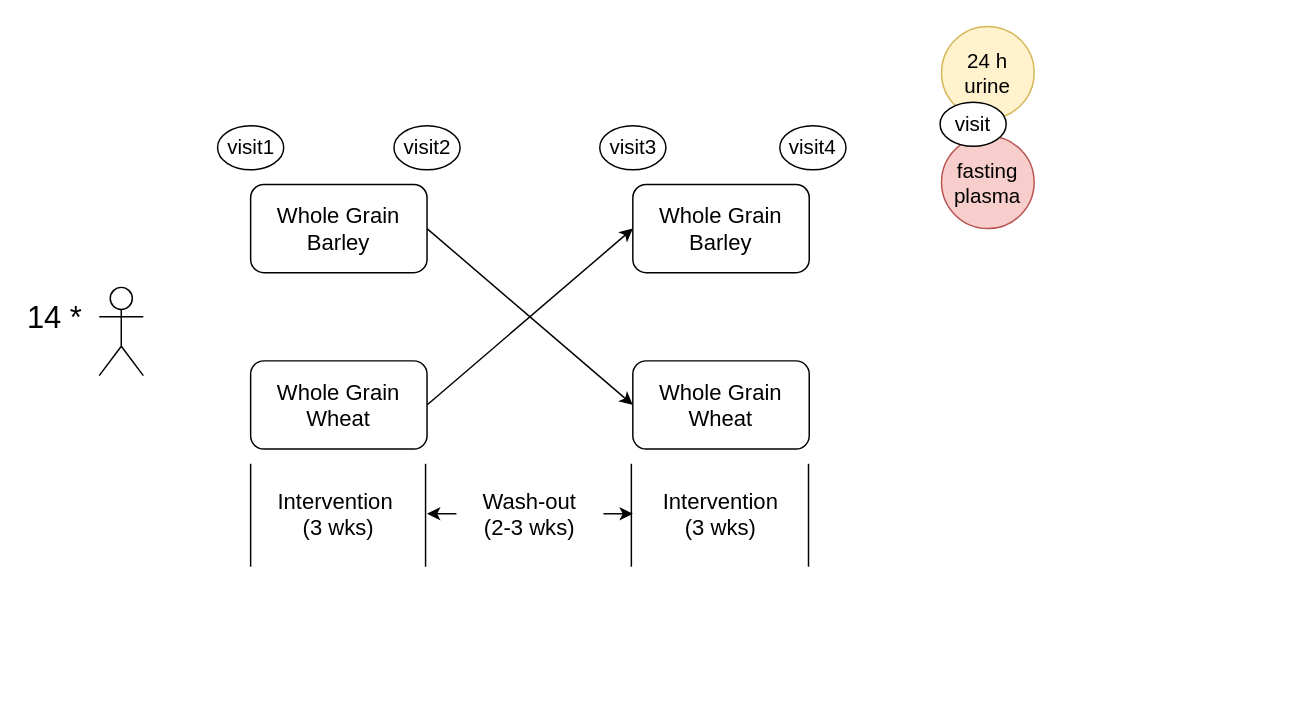
Earlier version of the draw.io diagram figure/study_design.drawio (tuhulab/bfi-wholegrain). Source tidied: cells renumbered, new cells numbered last; positions are measured from the earlier drawing's top-left corner, leaving out a move shared by most shapes. Both pictures are drawn from the tidied source at 147%, with x=0, y=0 at pixel (25, 25).
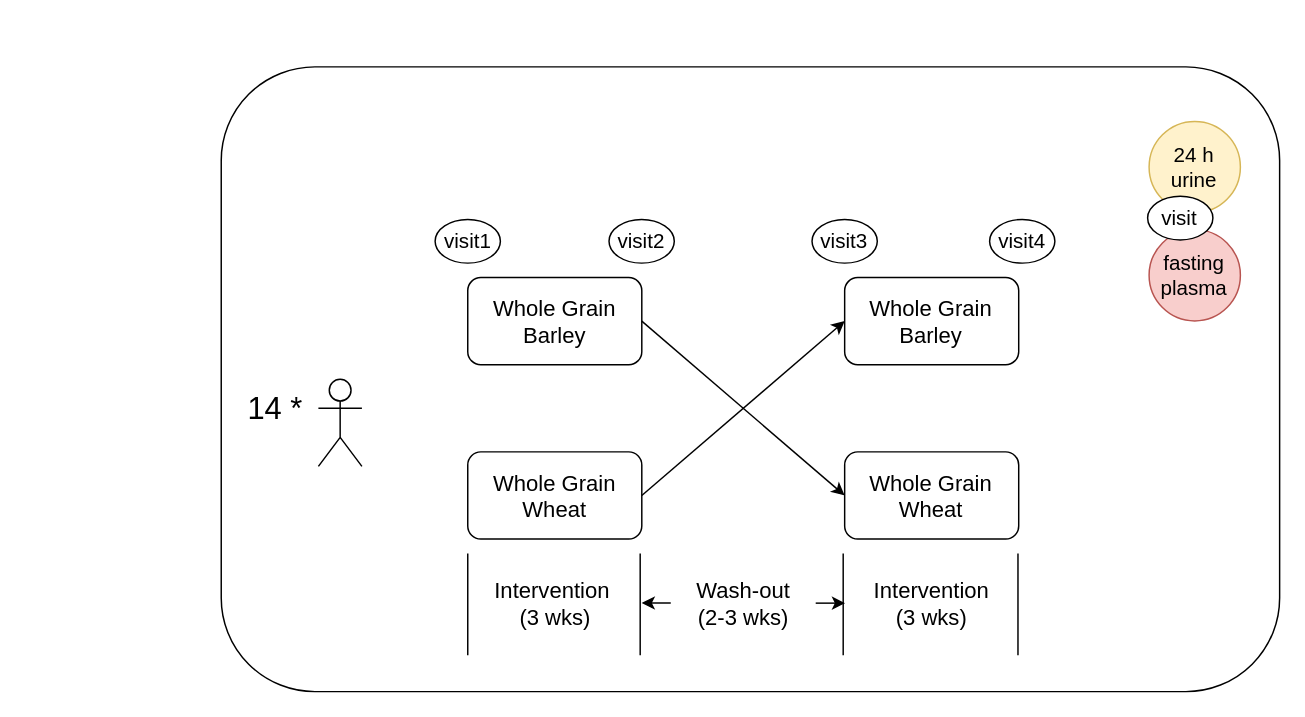
The same page after the edit.

Diff of the diagram source:
```diff
@@
+    <mxCell id="26" style="group;" parent="1" vertex="1">
+      <mxGeometry x="133" y="28" width="720" height="425" as="geometry" />
+    </mxCell>
+    <mxCell id="27" style="group;" parent="26" vertex="1">
+      <mxGeometry width="720" height="425" as="geometry" />
+    </mxCell>
-    <mxCell id="2" value="&lt;font style=&quot;font-size: 15px;&quot;&gt;Whole Grain Barley&lt;/font&gt;" style="rounded=1;whiteSpace=wrap;html=1;fontSize=15;" parent="1" vertex="1">
-      <mxGeometry x="153" y="108" width="120" height="60" as="geometry" />
+    <mxCell id="2" value="&lt;font style=&quot;font-size: 15px;&quot;&gt;Whole Grain Barley&lt;/font&gt;" style="rounded=1;whiteSpace=wrap;html=1;fontSize=15;" parent="27" vertex="1">
+      <mxGeometry x="167.7" y="143.3" width="118.4" height="59.3" as="geometry" />
     </mxCell>
-    <mxCell id="3" value="&lt;font style=&quot;font-size: 15px;&quot;&gt;Whole Grain Barley&lt;/font&gt;" style="rounded=1;whiteSpace=wrap;html=1;fontSize=15;" parent="1" vertex="1">
-      <mxGeometry x="413" y="108" width="120" height="60" as="geometry" />
+    <mxCell id="3" value="&lt;font style=&quot;font-size: 15px;&quot;&gt;Whole Grain Barley&lt;/font&gt;" style="rounded=1;whiteSpace=wrap;html=1;fontSize=15;" parent="27" vertex="1">
+      <mxGeometry x="424.1" y="143.3" width="118.4" height="59.3" as="geometry" />
     </mxCell>
-    <mxCell id="4" value="&lt;font style=&quot;font-size: 15px;&quot;&gt;Whole Grain Wheat&lt;/font&gt;" style="rounded=1;whiteSpace=wrap;html=1;fontSize=15;" parent="1" vertex="1">
-      <mxGeometry x="153" y="228" width="120" height="60" as="geometry" />
+    <mxCell id="4" value="&lt;font style=&quot;font-size: 15px;&quot;&gt;Whole Grain Wheat&lt;/font&gt;" style="rounded=1;whiteSpace=wrap;html=1;fontSize=15;" parent="27" vertex="1">
+      <mxGeometry x="167.7" y="261.9" width="118.4" height="59.3" as="geometry" />
     </mxCell>
-    <mxCell id="5" value="&lt;font style=&quot;font-size: 15px;&quot;&gt;Whole Grain Wheat&lt;/font&gt;" style="rounded=1;whiteSpace=wrap;html=1;fontSize=15;" parent="1" vertex="1">
-      <mxGeometry x="413" y="228" width="120" height="60" as="geometry" />
+    <mxCell id="5" value="&lt;font style=&quot;font-size: 15px;&quot;&gt;Whole Grain Wheat&lt;/font&gt;" style="rounded=1;whiteSpace=wrap;html=1;fontSize=15;" parent="27" vertex="1">
+      <mxGeometry x="424.1" y="261.9" width="118.4" height="59.3" as="geometry" />
     </mxCell>
-    <mxCell id="6" style="endArrow=classic;html=1;exitX=1;exitY=0.5;exitDx=0;exitDy=0;entryX=0;entryY=0.5;entryDx=0;entryDy=0;fontSize=15;" parent="1" edge="1" source="2" target="5">
+    <mxCell id="6" style="endArrow=classic;html=1;exitX=1;exitY=0.5;exitDx=0;exitDy=0;entryX=0;entryY=0.5;entryDx=0;entryDy=0;fontSize=15;" parent="27" edge="1" source="2" target="5">
       <mxGeometry relative="1" as="geometry" />
     </mxCell>
-    <mxCell id="7" style="endArrow=classic;html=1;exitX=1;exitY=0.5;exitDx=0;exitDy=0;entryX=0;entryY=0.5;entryDx=0;entryDy=0;fontSize=15;" parent="1" edge="1" source="4" target="3">
+    <mxCell id="7" style="endArrow=classic;html=1;exitX=1;exitY=0.5;exitDx=0;exitDy=0;entryX=0;entryY=0.5;entryDx=0;entryDy=0;fontSize=15;" parent="27" edge="1" source="4" target="3">
       <mxGeometry relative="1" as="geometry" />
     </mxCell>
-    <mxCell id="8" style="edgeStyle=orthogonalEdgeStyle;rounded=0;jettySize=auto;html=1;fontSize=15;" parent="1" edge="1" source="9">
+    <mxCell id="8" style="edgeStyle=orthogonalEdgeStyle;rounded=0;jettySize=auto;html=1;fontSize=15;" parent="27" edge="1" source="9">
       <mxGeometry relative="1" as="geometry">
-        <mxPoint x="413" y="332" as="targetPoint" />
+        <mxPoint x="424.1" y="364.7" as="targetPoint" />
       </mxGeometry>
     </mxCell>
-    <mxCell id="9" value="&lt;font style=&quot;font-size: 15px;&quot;&gt;Wash-out&lt;br style=&quot;font-size: 15px;&quot;&gt;(2-3 wks)&lt;br style=&quot;font-size: 15px;&quot;&gt;&lt;/font&gt;" style="text;html=1;strokeColor=none;fillColor=none;align=center;verticalAlign=middle;whiteSpace=wrap;rounded=0;fontSize=15;" parent="1" vertex="1">
-      <mxGeometry x="293" y="327" width="100" height="10" as="geometry" />
+    <mxCell id="9" value="&lt;font style=&quot;font-size: 15px;&quot;&gt;Wash-out&lt;br style=&quot;font-size: 15px;&quot;&gt;(2-3 wks)&lt;br style=&quot;font-size: 15px;&quot;&gt;&lt;/font&gt;" style="text;html=1;strokeColor=none;fillColor=none;align=center;verticalAlign=middle;whiteSpace=wrap;rounded=0;fontSize=15;" parent="27" vertex="1">
+      <mxGeometry x="305.8" y="359.8" width="98.6" height="9.9" as="geometry" />
     </mxCell>
-    <mxCell id="10" style="endArrow=none;html=1;fontSize=15;" parent="1" edge="1">
+    <mxCell id="10" style="endArrow=none;html=1;fontSize=15;" parent="27" edge="1">
       <mxGeometry relative="1" as="geometry">
-        <mxPoint x="272" y="368" as="sourcePoint" />
-        <mxPoint x="272" y="298" as="targetPoint" />
+        <mxPoint x="285" y="400.3" as="sourcePoint" />
+        <mxPoint x="285" y="331.1" as="targetPoint" />
       </mxGeometry>
     </mxCell>
-    <mxCell id="11" style="endArrow=none;html=1;fontSize=15;" parent="1" edge="1">
+    <mxCell id="11" style="endArrow=none;html=1;fontSize=15;" parent="27" edge="1">
       <mxGeometry relative="1" as="geometry">
-        <mxPoint x="412" y="368" as="sourcePoint" />
-        <mxPoint x="412" y="298" as="targetPoint" />
+        <mxPoint x="423.1" y="400.3" as="sourcePoint" />
+        <mxPoint x="423.1" y="331.1" as="targetPoint" />
       </mxGeometry>
     </mxCell>
-    <mxCell id="12" style="endArrow=none;html=1;fontSize=15;" parent="1" edge="1">
+    <mxCell id="12" style="endArrow=none;html=1;fontSize=15;" parent="27" edge="1">
       <mxGeometry relative="1" as="geometry">
-        <mxPoint x="153" y="368" as="sourcePoint" />
-        <mxPoint x="153" y="298" as="targetPoint" />
+        <mxPoint x="167.7" y="400.3" as="sourcePoint" />
+        <mxPoint x="167.7" y="331.1" as="targetPoint" />
       </mxGeometry>
     </mxCell>
-    <mxCell id="13" style="endArrow=none;html=1;fontSize=15;" parent="1" edge="1">
+    <mxCell id="13" style="endArrow=none;html=1;fontSize=15;" parent="27" edge="1">
       <mxGeometry relative="1" as="geometry">
-        <mxPoint x="532.5" y="368" as="sourcePoint" />
-        <mxPoint x="532.5" y="298" as="targetPoint" />
+        <mxPoint x="542" y="400.3" as="sourcePoint" />
+        <mxPoint x="542" y="331.1" as="targetPoint" />
       </mxGeometry>
     </mxCell>
-    <mxCell id="14" style="endArrow=classic;html=1;fontSize=15;" parent="1" edge="1" source="9">
+    <mxCell id="14" style="endArrow=classic;html=1;fontSize=15;" parent="27" edge="1" source="9">
       <mxGeometry relative="1" as="geometry">
-        <mxPoint x="273" y="332" as="targetPoint" />
+        <mxPoint x="286" y="364.7" as="targetPoint" />
       </mxGeometry>
     </mxCell>
-    <mxCell id="15" value="&lt;font style=&quot;font-size: 15px;&quot;&gt;Intervention&amp;nbsp;&lt;br style=&quot;font-size: 15px;&quot;&gt;(3 wks)&lt;br style=&quot;font-size: 15px;&quot;&gt;&lt;/font&gt;" style="text;html=1;strokeColor=none;fillColor=none;align=center;verticalAlign=middle;whiteSpace=wrap;rounded=0;fontSize=15;" parent="1" vertex="1">
-      <mxGeometry x="163" y="327" width="100" height="10" as="geometry" />
+    <mxCell id="15" value="&lt;font style=&quot;font-size: 15px;&quot;&gt;Intervention&amp;nbsp;&lt;br style=&quot;font-size: 15px;&quot;&gt;(3 wks)&lt;br style=&quot;font-size: 15px;&quot;&gt;&lt;/font&gt;" style="text;html=1;strokeColor=none;fillColor=none;align=center;verticalAlign=middle;whiteSpace=wrap;rounded=0;fontSize=15;" parent="27" vertex="1">
+      <mxGeometry x="177.5" y="359.8" width="98.6" height="9.9" as="geometry" />
     </mxCell>
-    <mxCell id="16" value="&lt;font style=&quot;font-size: 15px;&quot;&gt;Intervention&lt;br style=&quot;font-size: 15px;&quot;&gt;(3 wks)&lt;br style=&quot;font-size: 15px;&quot;&gt;&lt;/font&gt;" style="text;html=1;strokeColor=none;fillColor=none;align=center;verticalAlign=middle;whiteSpace=wrap;rounded=0;fontSize=15;" parent="1" vertex="1">
-      <mxGeometry x="423" y="327" width="100" height="10" as="geometry" />
+    <mxCell id="16" value="&lt;font style=&quot;font-size: 15px;&quot;&gt;Intervention&lt;br style=&quot;font-size: 15px;&quot;&gt;(3 wks)&lt;br style=&quot;font-size: 15px;&quot;&gt;&lt;/font&gt;" style="text;html=1;strokeColor=none;fillColor=none;align=center;verticalAlign=middle;whiteSpace=wrap;rounded=0;fontSize=15;" parent="27" vertex="1">
+      <mxGeometry x="434" y="359.8" width="98.6" height="9.9" as="geometry" />
     </mxCell>
-    <mxCell id="17" style="shape=umlActor;verticalLabelPosition=bottom;labelBackgroundColor=#ffffff;verticalAlign=top;html=1;" parent="1" vertex="1">
-      <mxGeometry x="50" y="178" width="30" height="60" as="geometry" />
+    <mxCell id="17" style="shape=umlActor;verticalLabelPosition=bottom;labelBackgroundColor=#ffffff;verticalAlign=top;html=1;" parent="27" vertex="1">
+      <mxGeometry x="66.1" y="212.5" width="29.6" height="59.3" as="geometry" />
     </mxCell>
-    <mxCell id="18" value="14 *" style="text;html=1;strokeColor=none;fillColor=none;align=center;verticalAlign=middle;whiteSpace=wrap;rounded=0;fontSize=21;" parent="1" vertex="1">
-      <mxGeometry y="188" width="40" height="20" as="geometry" />
+    <mxCell id="18" value="14 *" style="text;html=1;strokeColor=none;fillColor=none;align=center;verticalAlign=middle;whiteSpace=wrap;rounded=0;fontSize=21;" parent="27" vertex="1">
+      <mxGeometry x="16.8" y="222.4" width="39.5" height="19.8" as="geometry" />
     </mxCell>
-    <mxCell id="19" value="visit1" style="ellipse;whiteSpace=wrap;html=1;fontSize=14;" parent="1" vertex="1">
-      <mxGeometry x="130.5" y="68" width="45" height="30" as="geometry" />
+    <mxCell id="19" value="visit1" style="ellipse;whiteSpace=wrap;html=1;fontSize=14;" parent="27" vertex="1">
+      <mxGeometry x="145.5" y="103.8" width="44.4" height="29.7" as="geometry" />
     </mxCell>
-    <mxCell id="20" value="visit2" style="ellipse;whiteSpace=wrap;html=1;fontSize=14;" parent="1" vertex="1">
-      <mxGeometry x="250.5" y="68" width="45" height="30" as="geometry" />
+    <mxCell id="20" value="visit2" style="ellipse;whiteSpace=wrap;html=1;fontSize=14;" parent="27" vertex="1">
+      <mxGeometry x="263.8" y="103.8" width="44.4" height="29.7" as="geometry" />
     </mxCell>
-    <mxCell id="21" value="visit3" style="ellipse;whiteSpace=wrap;html=1;fontSize=14;" parent="1" vertex="1">
-      <mxGeometry x="390.5" y="68" width="45" height="30" as="geometry" />
+    <mxCell id="21" value="visit3" style="ellipse;whiteSpace=wrap;html=1;fontSize=14;" parent="27" vertex="1">
+      <mxGeometry x="401.9" y="103.8" width="44.4" height="29.7" as="geometry" />
     </mxCell>
-    <mxCell id="22" value="visit4" style="ellipse;whiteSpace=wrap;html=1;fontSize=14;" parent="1" vertex="1">
-      <mxGeometry x="513" y="68" width="45" height="30" as="geometry" />
+    <mxCell id="22" value="visit4" style="ellipse;whiteSpace=wrap;html=1;fontSize=14;" parent="27" vertex="1">
+      <mxGeometry x="522.7" y="103.8" width="44.4" height="29.7" as="geometry" />
     </mxCell>
-    <mxCell id="23" value="24 h&lt;br&gt;urine&lt;br&gt;" style="ellipse;whiteSpace=wrap;html=1;fontSize=14;fillColor=#fff2cc;strokeColor=#d6b656;" parent="1" vertex="1">
-      <mxGeometry x="623" y="0.5" width="63" height="63" as="geometry" />
+    <mxCell id="23" value="24 h&lt;br&gt;urine&lt;br&gt;" style="ellipse;whiteSpace=wrap;html=1;fontSize=14;fillColor=#fff2cc;strokeColor=#d6b656;" parent="27" vertex="1">
+      <mxGeometry x="631.2" y="37.1" width="62.1" height="62.1" as="geometry" />
     </mxCell>
-    <mxCell id="24" value="fasting&lt;br&gt;plasma&lt;br&gt;" style="ellipse;whiteSpace=wrap;html=1;fontSize=14;fillColor=#f8cecc;strokeColor=#b85450;" parent="1" vertex="1">
-      <mxGeometry x="623" y="75" width="63" height="63" as="geometry" />
+    <mxCell id="24" value="fasting&lt;br&gt;plasma&lt;br&gt;" style="ellipse;whiteSpace=wrap;html=1;fontSize=14;fillColor=#f8cecc;strokeColor=#b85450;" parent="27" vertex="1">
+      <mxGeometry x="631.2" y="110.7" width="62.1" height="62.1" as="geometry" />
     </mxCell>
-    <mxCell id="25" value="visit" style="ellipse;whiteSpace=wrap;html=1;fontSize=14;" parent="1" vertex="1">
-      <mxGeometry x="622" y="52" width="45" height="30" as="geometry" />
+    <mxCell id="25" value="visit" style="ellipse;whiteSpace=wrap;html=1;fontSize=14;" parent="27" vertex="1">
+      <mxGeometry x="630.2" y="88" width="44.4" height="29.7" as="geometry" />
     </mxCell>
+    <mxCell id="28" style="rounded=1;whiteSpace=wrap;html=1;fillColor=none;" parent="27" vertex="1">
+      <mxGeometry width="720" height="425" as="geometry" />
+    </mxCell>
```
